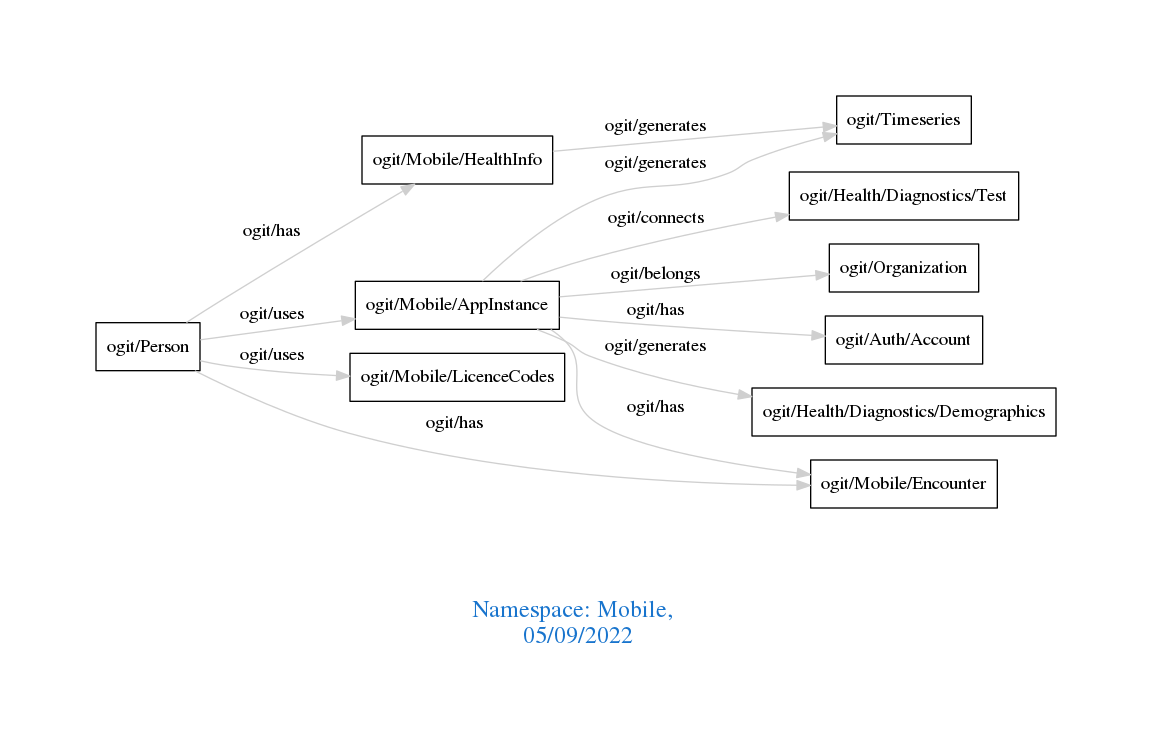
arago/OGIT keeps this Graphviz diagram as downloads/Mobile.png. Above is the earlier version. Its source is kept beside it as downloads/Mobile.dot.
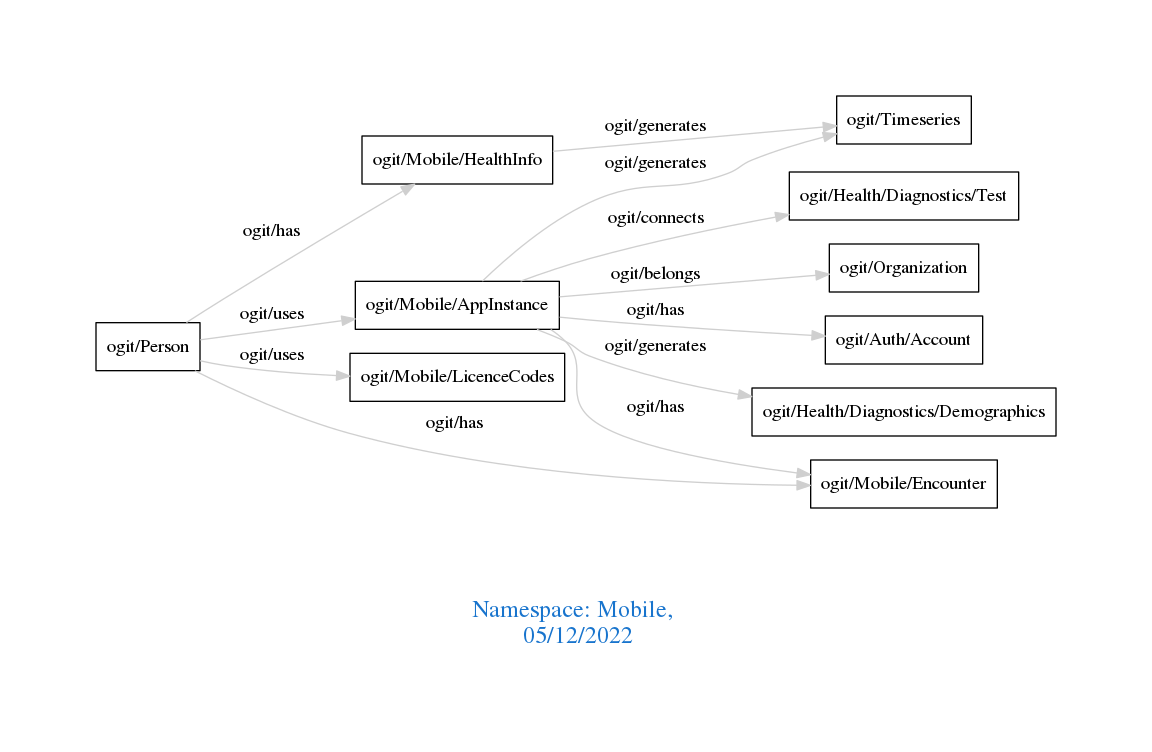
The same file after the commit.

Diff of the diagram source:
```diff
@@ -1,7 +1,7 @@
 digraph OGIT_ontology {
  graph [ rankdir= LR,pad=1
 fontsize = 18,
-fontcolor= dodgerblue3,label = "\n\n\nNamespace: Mobile, \n 05/09/2022"];
+fontcolor= dodgerblue3,label = "\n\n\nNamespace: Mobile, \n 05/12/2022"];
 node[shape=polygon];
 edge [  color="gray81"];
 
```
